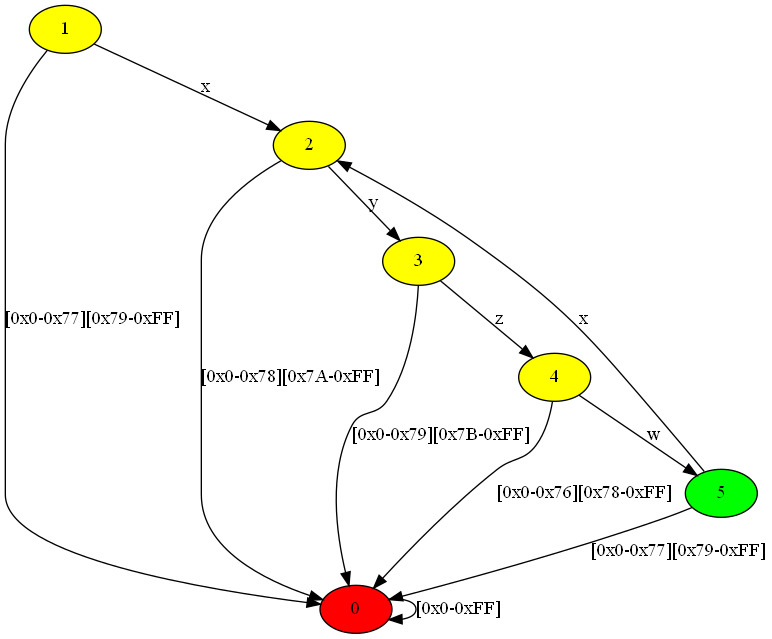
Before: dfa.png, a diagram exported from Graphviz (atkurtul/regex). Its source is kept beside it as dfa.dot. The source it was exported from:
```dot
digraph {
	1 [style=filled;fillcolor=yellow];
	1 -> 0 [label="[0x0-0x77][0x79-0xFF]"];
	1 -> 2 [label="x"];
	0 [style=filled;fillcolor=red];
	0 -> 0 [label="[0x0-0xFF]"];
	2 [style=filled;fillcolor=yellow];
	2 -> 0 [label="[0x0-0x78][0x7A-0xFF]"];
	2 -> 3 [label="y"];
	3 [style=filled;fillcolor=yellow];
	3 -> 0 [label="[0x0-0x79][0x7B-0xFF]"];
	3 -> 4 [label="z"];
	4 [style=filled;fillcolor=yellow];
	4 -> 0 [label="[0x0-0x76][0x78-0xFF]"];
	4 -> 5 [label="w"];
	5 [style=filled;fillcolor=green];
	5 -> 0 [label="[0x0-0x77][0x79-0xFF]"];
	5 -> 2 [label="x"];
}
```
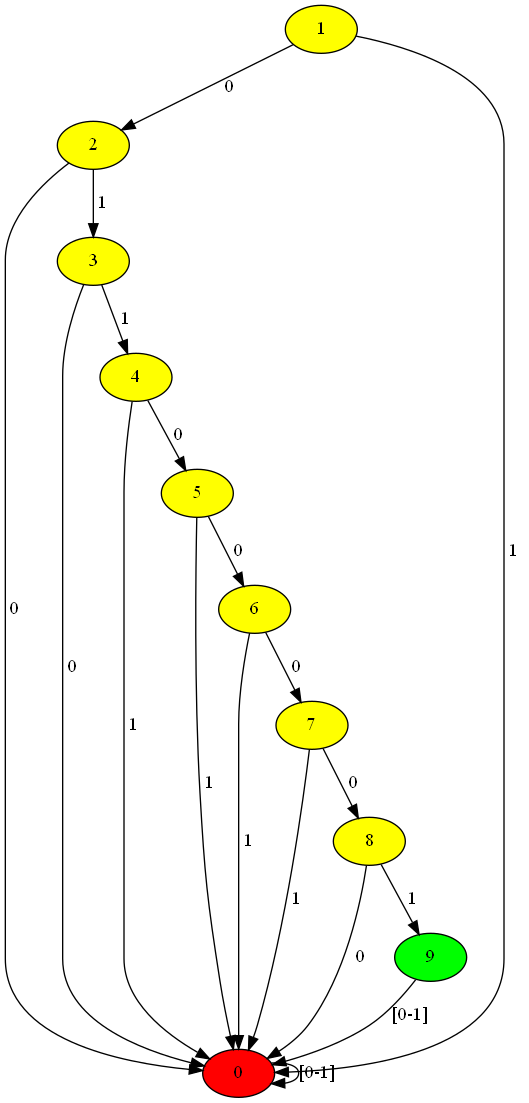
The same diagram one commit later.

Diff of the diagram source:
```diff
@@ -1,19 +1,30 @@
 digraph {
 	1 [style=filled;fillcolor=yellow];
-	1 -> 0 [label="[0x0-0x77][0x79-0xFF]"];
-	1 -> 2 [label="x"];
+	1 -> 2 [label=" 0 "];
+	1 -> 0 [label=" 1 "];
+	2 [style=filled;fillcolor=yellow];
+	2 -> 0 [label=" 0 "];
+	2 -> 3 [label=" 1 "];
 	0 [style=filled;fillcolor=red];
-	0 -> 0 [label="[0x0-0xFF]"];
-	2 [style=filled;fillcolor=yellow];
-	2 -> 0 [label="[0x0-0x78][0x7A-0xFF]"];
-	2 -> 3 [label="y"];
+	0 -> 0 [label="[0-1]"];
 	3 [style=filled;fillcolor=yellow];
-	3 -> 0 [label="[0x0-0x79][0x7B-0xFF]"];
-	3 -> 4 [label="z"];
+	3 -> 0 [label=" 0 "];
+	3 -> 4 [label=" 1 "];
 	4 [style=filled;fillcolor=yellow];
-	4 -> 0 [label="[0x0-0x76][0x78-0xFF]"];
-	4 -> 5 [label="w"];
-	5 [style=filled;fillcolor=green];
-	5 -> 0 [label="[0x0-0x77][0x79-0xFF]"];
-	5 -> 2 [label="x"];
+	4 -> 5 [label=" 0 "];
+	4 -> 0 [label=" 1 "];
+	5 [style=filled;fillcolor=yellow];
+	5 -> 6 [label=" 0 "];
+	5 -> 0 [label=" 1 "];
+	6 [style=filled;fillcolor=yellow];
+	6 -> 0 [label=" 1 "];
+	6 -> 7 [label=" 0 "];
+	7 [style=filled;fillcolor=yellow];
+	7 -> 0 [label=" 1 "];
+	7 -> 8 [label=" 0 "];
+	8 [style=filled;fillcolor=yellow];
+	8 -> 9 [label=" 1 "];
+	8 -> 0 [label=" 0 "];
+	9 [style=filled;fillcolor=green];
+	9 -> 0 [label="[0-1]"];
 }
```
